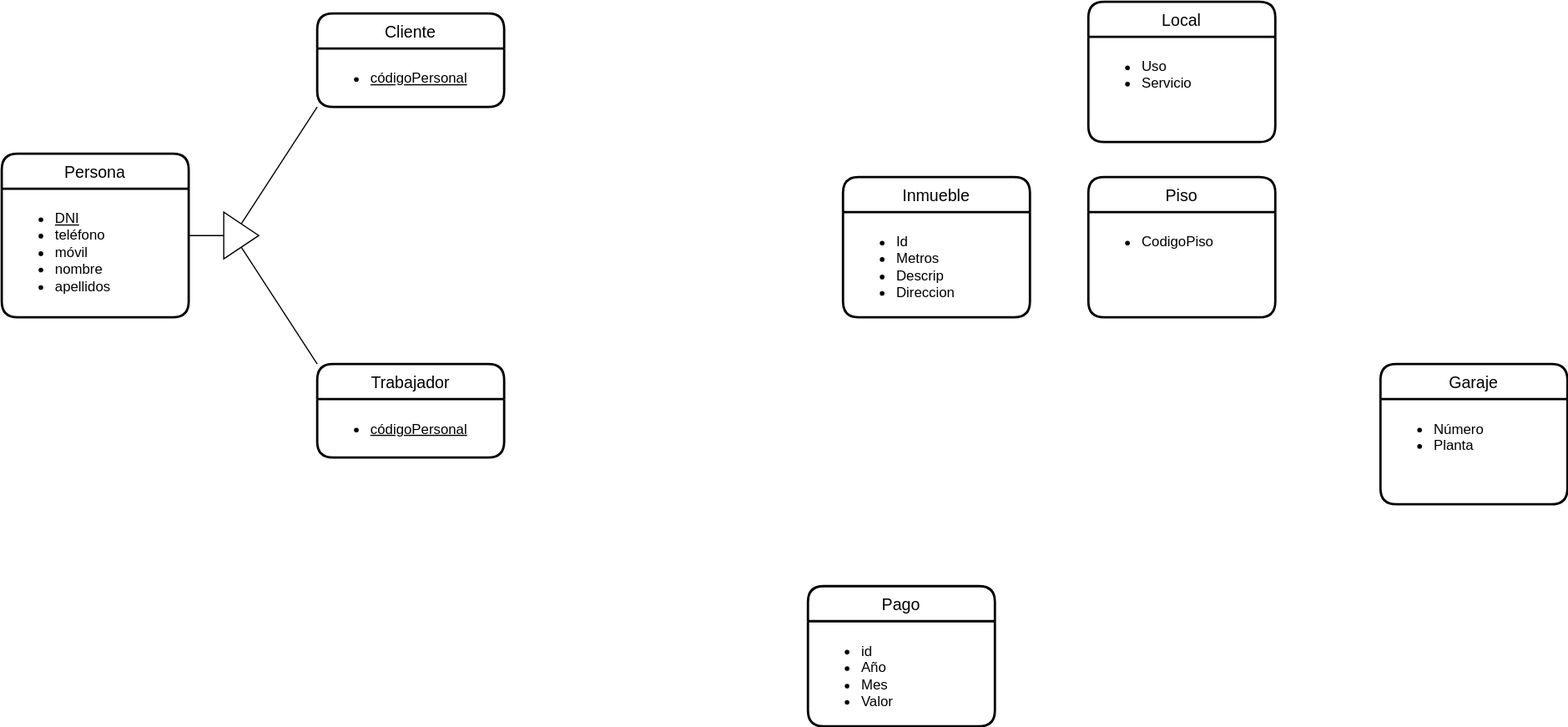
Before: UD12-18.svg, a diagram exported from draw.io (Jimxx22/C3-UD11-UML). Source tidied: cells renumbered, new cells last; positions are measured from the earlier drawing's top-left corner, leaving out a move shared by most shapes.
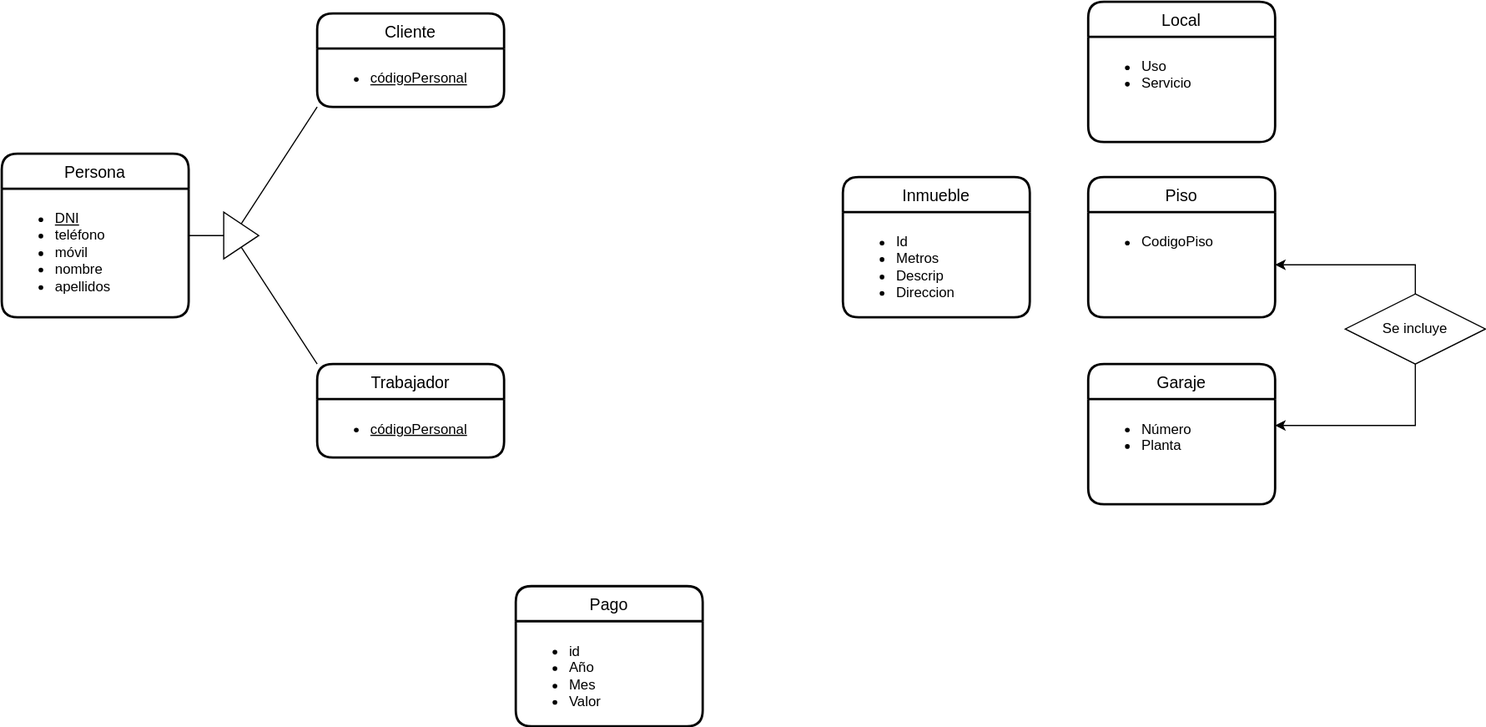
After the commit.

Diff of the diagram source:
```diff
@@ -62,5 +62,14 @@
     <mxCell id="21" style="endArrow=none;html=1;rounded=0;exitX=0.5;exitY=0;exitDx=0;exitDy=0;entryX=0;entryY=1;entryDx=0;entryDy=0;" parent="1" edge="1" source="18" target="7">
       <mxGeometry relative="1" as="geometry" />
     </mxCell>
+    <mxCell id="22" style="edgeStyle=orthogonalEdgeStyle;rounded=0;jettySize=auto;html=1;exitX=0.5;exitY=1;exitDx=0;exitDy=0;entryX=1;entryY=0.25;entryDx=0;entryDy=0;" parent="1" edge="1" source="24" target="13">
+      <mxGeometry relative="1" as="geometry" />
+    </mxCell>
+    <mxCell id="23" style="edgeStyle=orthogonalEdgeStyle;rounded=0;jettySize=auto;html=1;exitX=0.5;exitY=0;exitDx=0;exitDy=0;entryX=1;entryY=0.5;entryDx=0;entryDy=0;" parent="1" edge="1" source="24" target="15">
+      <mxGeometry relative="1" as="geometry" />
+    </mxCell>
+    <mxCell id="24" value="Se incluye" style="shape=rhombus;perimeter=rhombusPerimeter;whiteSpace=wrap;html=1;align=center;" parent="1" vertex="1">
+      <mxGeometry x="1150" y="250" width="120" height="60" as="geometry" />
+    </mxCell>
   </root>
 </mxGraphModel>
```
